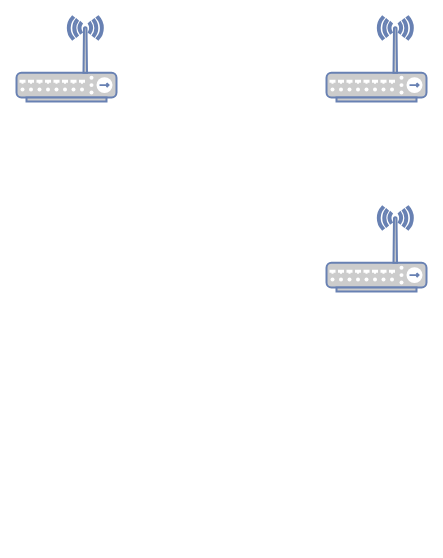
eddiet5131/test keeps this draw.io diagram as 家裏網路圖.drawio. Above is the earlier version. Source tidied: cells renumbered, new cells numbered last; positions are measured from the earlier drawing's top-left corner, leaving out a move shared by most shapes. Both pictures are drawn from the tidied source at 100%, with x=0, y=0 at pixel (16, 16).
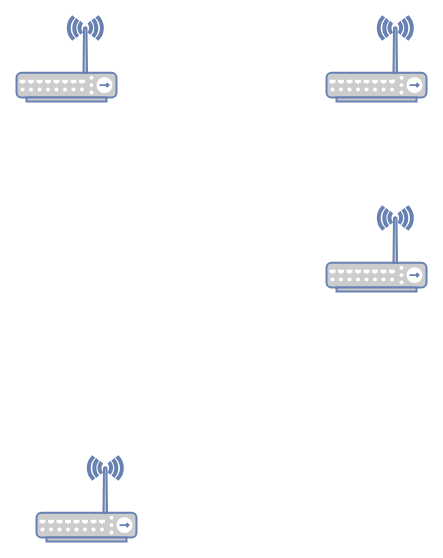
The same diagram, later.

Commit message (it also covers changes not shown here):
Update 家裏網路圖.drawio

What changed in the source:
```diff
@@
 <mxGraphModel>
   <root>
     <mxCell id="0" />
     <mxCell id="1" parent="0" />
     <mxCell id="2" style="fontColor=#0066CC;verticalAlign=top;verticalLabelPosition=bottom;labelPosition=center;align=center;html=1;fillColor=#CCCCCC;strokeColor=#6881B3;gradientColor=none;gradientDirection=north;strokeWidth=2;shape=mxgraph.networks.wireless_hub;" parent="1" vertex="1">
       <mxGeometry x="310" y="190" width="100" height="85" as="geometry" />
     </mxCell>
     <mxCell id="3" style="fontColor=#0066CC;verticalAlign=top;verticalLabelPosition=bottom;labelPosition=center;align=center;html=1;fillColor=#CCCCCC;strokeColor=#6881B3;gradientColor=none;gradientDirection=north;strokeWidth=2;shape=mxgraph.networks.wireless_hub;" parent="1" vertex="1">
       <mxGeometry x="310" width="100" height="85" as="geometry" />
     </mxCell>
     <mxCell id="4" style="fontColor=#0066CC;verticalAlign=top;verticalLabelPosition=bottom;labelPosition=center;align=center;html=1;fillColor=#CCCCCC;strokeColor=#6881B3;gradientColor=none;gradientDirection=north;strokeWidth=2;shape=mxgraph.networks.wireless_hub;" parent="1" vertex="1">
       <mxGeometry width="100" height="85" as="geometry" />
     </mxCell>
+    <mxCell id="5" style="fontColor=#0066CC;verticalAlign=top;verticalLabelPosition=bottom;labelPosition=center;align=center;html=1;fillColor=#CCCCCC;strokeColor=#6881B3;gradientColor=none;gradientDirection=north;strokeWidth=2;shape=mxgraph.networks.wireless_hub;" parent="1" vertex="1">
+      <mxGeometry x="20" y="440" width="100" height="85" as="geometry" />
+    </mxCell>
   </root>
 </mxGraphModel>
```
